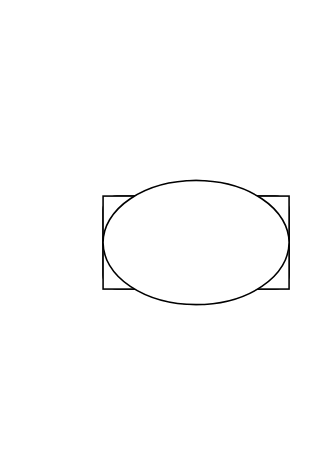
The draw.io diagram 未命名绘图.drawio in fanguandeng/fan, before the edit. Source tidied: cells renumbered, new cells numbered last; positions are measured from the earlier drawing's top-left corner, leaving out a move shared by most shapes. Both pictures are drawn from the tidied source at 155%, with x=0, y=0 at pixel (102, 180).
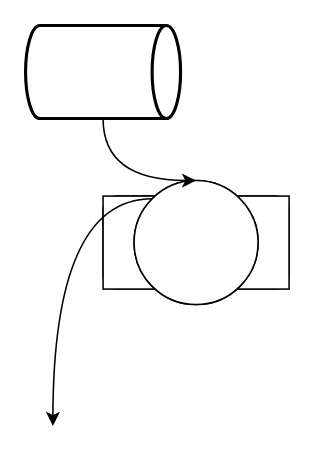
After the change.

Commit message:
更新未命名绘图.drawio

Change to the diagram source:
```diff
@@
 <mxGraphModel>
   <root>
     <mxCell id="0" />
     <mxCell id="1" parent="0" />
     <mxCell id="2" style="rounded=1;whiteSpace=wrap;html=1;" parent="1" vertex="1">
       <mxGeometry y="10" width="120" height="60" as="geometry" />
     </mxCell>
     <mxCell id="3" style="rounded=0;whiteSpace=wrap;html=1;" parent="1" vertex="1">
       <mxGeometry y="10" width="120" height="60" as="geometry" />
     </mxCell>
     <mxCell id="4" style="ellipse;whiteSpace=wrap;html=1;" parent="1" vertex="1">
       <mxGeometry x="20" width="80" height="80" as="geometry" />
     </mxCell>
-    <mxCell id="5" style="ellipse;whiteSpace=wrap;html=1;" parent="1" vertex="1">
-      <mxGeometry width="120" height="80" as="geometry" />
-    </mxCell>
+    <mxCell id="6" style="edgeStyle=orthogonalEdgeStyle;curved=1;rounded=0;jettySize=auto;html=1;exitX=0;exitY=0;exitDx=0;exitDy=0;entryX=0;entryY=1;entryDx=0;entryDy=0;" parent="1" edge="1" source="7">
+      <mxGeometry relative="1" as="geometry">
+        <mxPoint x="-32.4" y="158.3" as="targetPoint" />
+      </mxGeometry>
+    </mxCell>
+    <mxCell id="7" style="ellipse;whiteSpace=wrap;html=1;" parent="1" vertex="1">
+      <mxGeometry x="20" width="80" height="80" as="geometry" />
+    </mxCell>
+    <mxCell id="8" style="rounded=0;jettySize=auto;html=1;entryX=0.5;entryY=0;entryDx=0;entryDy=0;edgeStyle=orthogonalEdgeStyle;curved=1;" parent="1" edge="1" source="9" target="7">
+      <mxGeometry relative="1" as="geometry">
+        <Array as="points">
+          <mxPoint />
+        </Array>
+      </mxGeometry>
+    </mxCell>
+    <mxCell id="9" style="strokeWidth=2;html=1;shape=mxgraph.flowchart.direct_data;whiteSpace=wrap;" parent="1" vertex="1">
+      <mxGeometry x="-50" y="-100" width="100" height="60" as="geometry" />
+    </mxCell>
   </root>
 </mxGraphModel>
```
